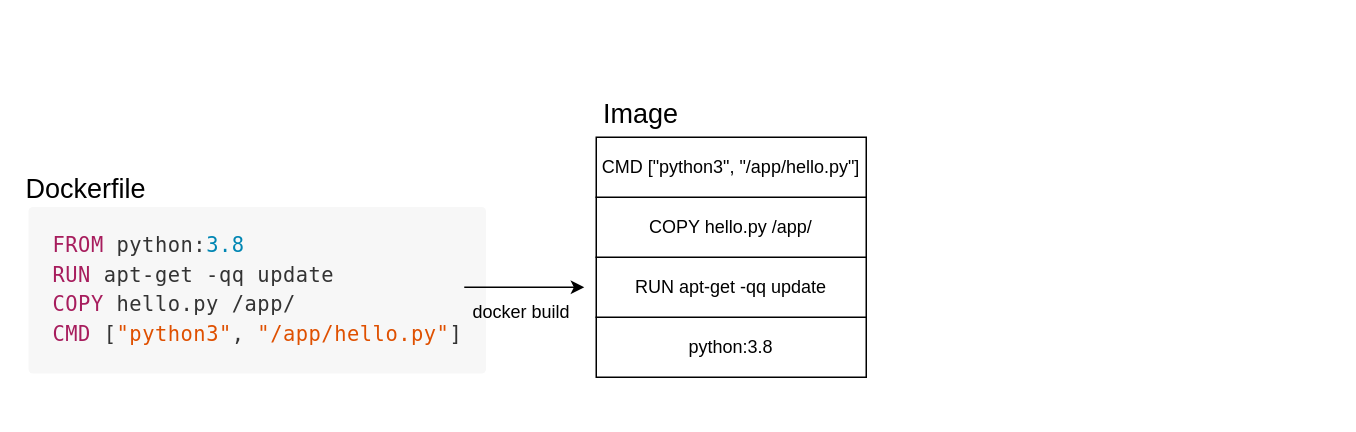
Earlier version of the draw.io diagram NASA-graph/Dockerfile.drawio (Vincent550102/NASA-graph). Source tidied: cells renumbered, new cells numbered last; positions are measured from the earlier drawing's top-left corner, leaving out a move shared by most shapes. Both pictures are drawn from the tidied source at 150%, with x=0, y=0 at pixel (26, 92).
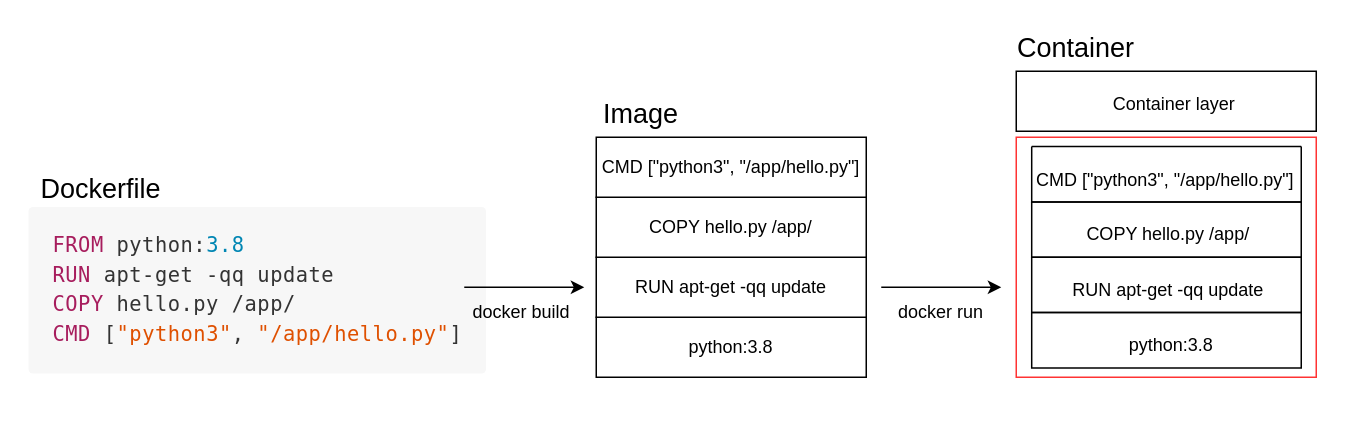
The same diagram, later.

The edit, as a diff of the source:
```diff
@@
     <mxCell id="3" value="&lt;font style=&quot;font-size: 18px&quot;&gt;Dockerfile&lt;/font&gt;" style="text;html=1;strokeColor=none;fillColor=none;align=center;verticalAlign=middle;whiteSpace=wrap;rounded=0;" parent="1" vertex="1">
-      <mxGeometry x="10" y="50" width="60" height="30" as="geometry" />
+      <mxGeometry x="20" y="50" width="60" height="30" as="geometry" />
     </mxCell>
@@
+    <mxCell id="11" style="rounded=0;whiteSpace=wrap;html=1;fontSize=15;strokeColor=#000000;" parent="1" vertex="1">
+      <mxGeometry x="660" y="-14" width="200" height="40" as="geometry" />
+    </mxCell>
+    <mxCell id="12" value="&lt;font style=&quot;font-size: 12px&quot;&gt;Container layer&lt;/font&gt;" style="text;html=1;align=center;verticalAlign=middle;strokeColor=none;fillColor=none;fontSize=18;" parent="1" vertex="1">
+      <mxGeometry x="715" y="-9" width="100" height="30" as="geometry" />
+    </mxCell>
+    <mxCell id="13" style="group;" parent="1" vertex="1">
+      <mxGeometry x="660" y="30" width="210" height="160" as="geometry" />
+    </mxCell>
+    <mxCell id="14" style="rounded=0;whiteSpace=wrap;html=1;fontSize=15;strokeColor=#FF3333;" parent="13" vertex="1">
+      <mxGeometry width="200" height="160" as="geometry" />
+    </mxCell>
+    <mxCell id="15" style="swimlane;startSize=0;" parent="13" vertex="1">
+      <mxGeometry x="10.3" y="6.2" width="179.7" height="36.9" as="geometry" />
+    </mxCell>
+    <mxCell id="16" value="&lt;div style=&quot;font-size: 12px&quot;&gt;&lt;span&gt;CMD [&quot;python3&quot;, &quot;/app/hello.py&quot;]&lt;/span&gt;&lt;br&gt;&lt;/div&gt;" style="text;html=1;align=center;verticalAlign=middle;strokeColor=none;fillColor=none;fontSize=12;" parent="15" vertex="1">
+      <mxGeometry x="-6.8" y="12.3" width="190" height="20" as="geometry" />
+    </mxCell>
+    <mxCell id="17" style="swimlane;startSize=0;" parent="13" vertex="1">
+      <mxGeometry x="10.3" y="43.1" width="179.7" height="36.9" as="geometry" />
+    </mxCell>
+    <mxCell id="18" value="&lt;span&gt;COPY hello.py /app/&lt;/span&gt;" style="text;html=1;align=center;verticalAlign=middle;strokeColor=none;fillColor=none;fontSize=12;" parent="17" vertex="1">
+      <mxGeometry x="31" y="12.3" width="120" height="20" as="geometry" />
+    </mxCell>
+    <mxCell id="19" style="swimlane;startSize=0;" parent="13" vertex="1">
+      <mxGeometry x="10.3" y="80" width="179.7" height="36.9" as="geometry" />
+    </mxCell>
+    <mxCell id="20" value="&lt;div style=&quot;font-size: 12px&quot;&gt;&lt;span&gt;RUN apt-get -qq update&lt;/span&gt;&lt;br&gt;&lt;/div&gt;" style="text;html=1;align=center;verticalAlign=middle;strokeColor=none;fillColor=none;fontSize=12;" parent="19" vertex="1">
+      <mxGeometry x="20.4" y="12.3" width="140" height="20" as="geometry" />
+    </mxCell>
+    <mxCell id="21" style="swimlane;startSize=0;" parent="13" vertex="1">
+      <mxGeometry x="10.3" y="116.9" width="179.7" height="36.9" as="geometry" />
+    </mxCell>
+    <mxCell id="22" value="&lt;span&gt;python:3.8&lt;/span&gt;" style="text;html=1;align=center;verticalAlign=middle;strokeColor=none;fillColor=none;fontSize=12;" parent="21" vertex="1">
+      <mxGeometry x="57.3" y="12.3" width="70" height="20" as="geometry" />
+    </mxCell>
+    <mxCell id="23" style="endArrow=classic;html=1;rounded=0;fontSize=18;" parent="1" edge="1">
+      <mxGeometry relative="1" as="geometry">
+        <mxPoint x="570" y="130" as="sourcePoint" />
+        <mxPoint x="650" y="130" as="targetPoint" />
+      </mxGeometry>
+    </mxCell>
+    <mxCell id="24" value="&lt;font style=&quot;font-size: 12px&quot;&gt;docker run&lt;/font&gt;" style="text;html=1;strokeColor=none;fillColor=none;align=center;verticalAlign=middle;whiteSpace=wrap;rounded=0;fontSize=18;" parent="1" vertex="1">
+      <mxGeometry x="570" y="130" width="80" height="30" as="geometry" />
+    </mxCell>
+    <mxCell id="25" value="&lt;font style=&quot;font-size: 18px&quot;&gt;Container&lt;/font&gt;" style="text;html=1;strokeColor=none;fillColor=none;align=center;verticalAlign=middle;whiteSpace=wrap;rounded=0;" parent="1" vertex="1">
+      <mxGeometry x="670" y="-44" width="60" height="30" as="geometry" />
+    </mxCell>
```
